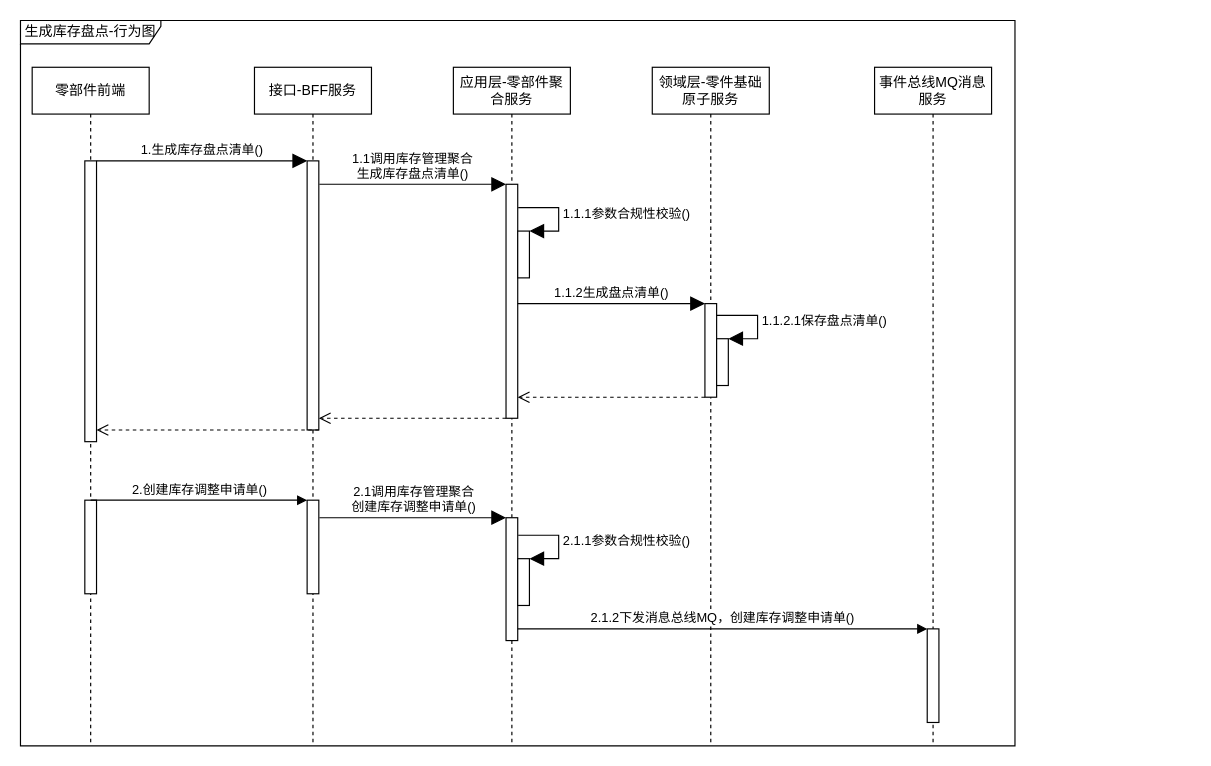
1132489442/gitRepository1 keeps this draw.io diagram as page "创建盘点清单行为图" (2 of 6) of 库存管理-库存盘点.drawio. Above is the earlier version. Source tidied: cells renumbered, new cells numbered last; positions are measured from the earlier drawing's top-left corner, leaving out a move shared by most shapes. Both pictures are drawn from the tidied source at 117%, with x=0, y=0 at pixel (20, 20).
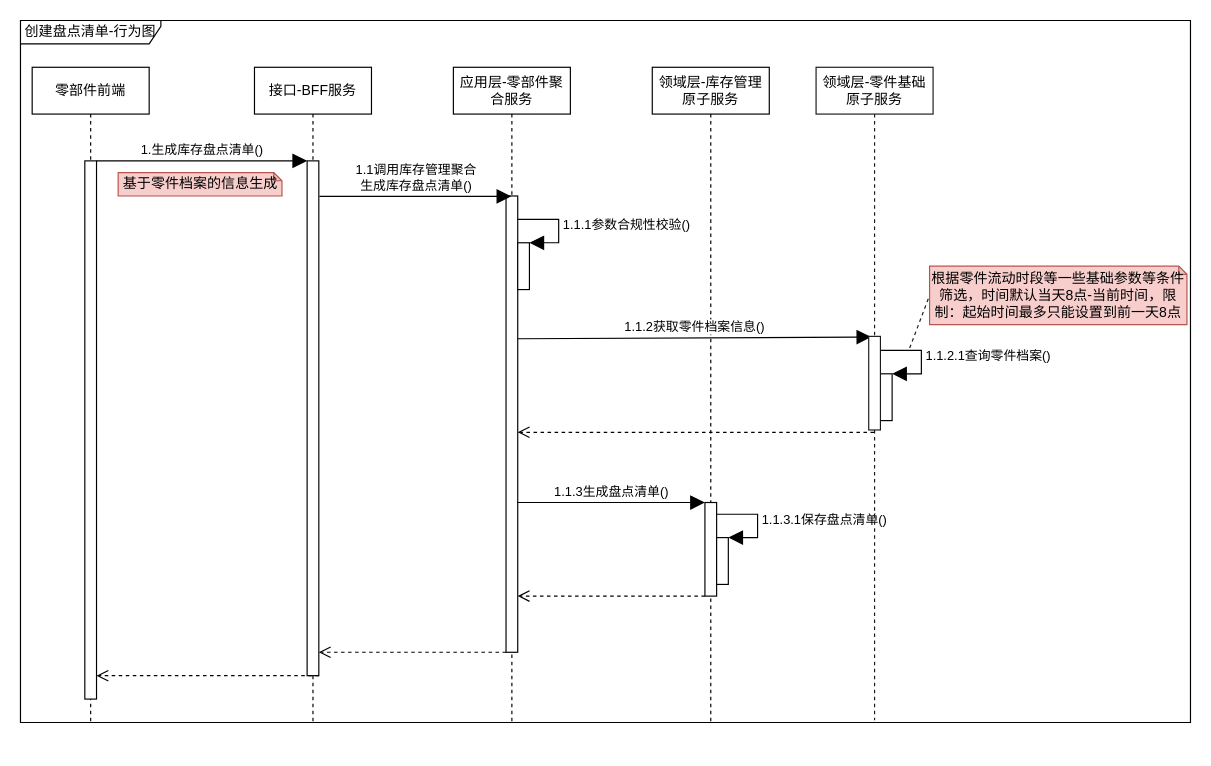
Above is the later version.

The edit, as a diff of the source:
```diff
@@
     <mxCell id="2" value="零部件前端" style="shape=umlLifeline;perimeter=lifelinePerimeter;whiteSpace=wrap;html=1;fillColor=#FFFFFF;" parent="1" vertex="1">
-      <mxGeometry x="10" y="40" width="100" height="580" as="geometry" />
+      <mxGeometry x="10" y="40" width="100" height="560" as="geometry" />
     </mxCell>
     <mxCell id="3" style="html=1;points=[];perimeter=orthogonalPerimeter;fillColor=#FFFFFF;" parent="2" vertex="1">
-      <mxGeometry x="45" y="80" width="10" height="240" as="geometry" />
+      <mxGeometry x="45" y="80" width="10" height="460" as="geometry" />
     </mxCell>
-    <mxCell id="4" style="html=1;perimeter=orthogonalPerimeter;fillColor=#FFFFFF;" parent="2" vertex="1">
-      <mxGeometry x="45" y="370" width="10" height="80" as="geometry" />
-    </mxCell>
     <mxCell id="5" value="接口-BFF服务" style="shape=umlLifeline;perimeter=lifelinePerimeter;whiteSpace=wrap;html=1;fillColor=#FFFFFF;" parent="1" vertex="1">
-      <mxGeometry x="200" y="40" width="100" height="580" as="geometry" />
+      <mxGeometry x="200" y="40" width="100" height="560" as="geometry" />
     </mxCell>
     <mxCell id="6" style="html=1;points=[];perimeter=orthogonalPerimeter;fillColor=#FFFFFF;" parent="5" vertex="1">
-      <mxGeometry x="45" y="80" width="10" height="230" as="geometry" />
+      <mxGeometry x="45" y="80" width="10" height="440" as="geometry" />
     </mxCell>
-    <mxCell id="7" style="html=1;verticalAlign=bottom;endArrow=open;dashed=1;endSize=8;exitX=0;exitY=0.95;rounded=0;" parent="5" edge="1" target="3">
+    <mxCell id="7" style="html=1;verticalAlign=bottom;endArrow=open;dashed=1;endSize=8;exitX=0;exitY=0.95;rounded=0;" parent="5" edge="1">
       <mxGeometry relative="1" as="geometry">
-        <mxPoint x="55" y="310" as="sourcePoint" />
+        <mxPoint x="55" y="520" as="sourcePoint" />
+        <mxPoint x="-135" y="520" as="targetPoint" />
       </mxGeometry>
     </mxCell>
-    <mxCell id="8" style="html=1;points=[];perimeter=orthogonalPerimeter;fillColor=#FFFFFF;" parent="5" vertex="1">
-      <mxGeometry x="45" y="370" width="10" height="80" as="geometry" />
-    </mxCell>
-    <mxCell id="9" value="领域层-零件基础原子服务" style="shape=umlLifeline;perimeter=lifelinePerimeter;whiteSpace=wrap;html=1;fillColor=#FFFFFF;" parent="1" vertex="1">
-      <mxGeometry x="540" y="40" width="100" height="580" as="geometry" />
+    <mxCell id="9" value="领域层-库存管理原子服务" style="shape=umlLifeline;perimeter=lifelinePerimeter;whiteSpace=wrap;html=1;fillColor=#FFFFFF;" parent="1" vertex="1">
+      <mxGeometry x="540" y="40" width="100" height="560" as="geometry" />
     </mxCell>
     <mxCell id="10" style="html=1;points=[];perimeter=orthogonalPerimeter;fillColor=#FFFFFF;" parent="9" vertex="1">
-      <mxGeometry x="45" y="202" width="10" height="80" as="geometry" />
+      <mxGeometry x="45" y="372" width="10" height="80" as="geometry" />
     </mxCell>
     <mxCell id="11" style="html=1;points=[];perimeter=orthogonalPerimeter;fillColor=#FFFFFF;" parent="9" vertex="1">
-      <mxGeometry x="55" y="232" width="10" height="40" as="geometry" />
+      <mxGeometry x="55" y="402" width="10" height="40" as="geometry" />
     </mxCell>
-    <mxCell id="12" value="1.1.2.1保存盘点清单()" style="edgeStyle=orthogonalEdgeStyle;html=1;align=left;spacingLeft=2;endArrow=block;rounded=0;entryX=1;entryY=0;endSize=10;exitX=0.987;exitY=0.125;exitDx=0;exitDy=0;exitPerimeter=0;" parent="9" edge="1" source="10" target="11">
+    <mxCell id="12" value="1.1.3.1保存盘点清单()" style="edgeStyle=orthogonalEdgeStyle;html=1;align=left;spacingLeft=2;endArrow=block;rounded=0;entryX=1;entryY=0;endSize=10;exitX=0.987;exitY=0.125;exitDx=0;exitDy=0;exitPerimeter=0;" parent="9" edge="1" source="10" target="11">
       <mxGeometry relative="1" as="geometry">
         <Array as="points">
-          <mxPoint x="90" y="212" />
-          <mxPoint x="90" y="232" />
+          <mxPoint x="90" y="382" />
+          <mxPoint x="90" y="402" />
         </Array>
       </mxGeometry>
     </mxCell>
     <mxCell id="13" value="应用层-零部件聚合服务" style="shape=umlLifeline;perimeter=lifelinePerimeter;whiteSpace=wrap;html=1;fillColor=#FFFFFF;" parent="1" vertex="1">
-      <mxGeometry x="370" y="40" width="100" height="580" as="geometry" />
+      <mxGeometry x="370" y="40" width="100" height="560" as="geometry" />
     </mxCell>
     <mxCell id="14" style="html=1;points=[];perimeter=orthogonalPerimeter;fillColor=#FFFFFF;" parent="13" vertex="1">
-      <mxGeometry x="45" y="100" width="10" height="200" as="geometry" />
+      <mxGeometry x="45" y="110" width="10" height="390" as="geometry" />
     </mxCell>
-    <mxCell id="15" value="1.1调用库存管理聚合&lt;br&gt;生成库存盘点清单()" style="html=1;verticalAlign=bottom;endArrow=block;rounded=0;endSize=10;exitX=1.046;exitY=0.087;exitDx=0;exitDy=0;exitPerimeter=0;" parent="13" edge="1" source="6">
-      <mxGeometry relative="1" as="geometry">
-        <mxPoint x="45" y="100" as="targetPoint" />
-      </mxGeometry>
-    </mxCell>
     <mxCell id="16" style="html=1;points=[];perimeter=orthogonalPerimeter;fillColor=#FFFFFF;" parent="13" vertex="1">
-      <mxGeometry x="55" y="140" width="10" height="40" as="geometry" />
+      <mxGeometry x="55" y="150" width="10" height="40" as="geometry" />
     </mxCell>
-    <mxCell id="17" value="1.1.1参数合规性校验()" style="edgeStyle=orthogonalEdgeStyle;html=1;align=left;spacingLeft=2;endArrow=block;rounded=0;entryX=1;entryY=0;endSize=10;exitX=1.041;exitY=0.1;exitDx=0;exitDy=0;exitPerimeter=0;" parent="13" edge="1" source="14" target="16">
+    <mxCell id="17" value="1.1.1参数合规性校验()" style="edgeStyle=orthogonalEdgeStyle;html=1;align=left;spacingLeft=2;endArrow=block;rounded=0;entryX=1;entryY=0;endSize=10;" parent="13" edge="1" target="16">
       <mxGeometry relative="1" as="geometry">
+        <mxPoint x="55" y="130" as="sourcePoint" />
         <Array as="points">
-          <mxPoint x="90" y="120" />
-          <mxPoint x="90" y="140" />
+          <mxPoint x="90" y="130" />
+          <mxPoint x="90" y="150" />
         </Array>
       </mxGeometry>
     </mxCell>
-    <mxCell id="18" style="html=1;perimeter=orthogonalPerimeter;fillColor=#FFFFFF;" parent="13" vertex="1">
-      <mxGeometry x="45" y="385" width="10" height="105" as="geometry" />
-    </mxCell>
@@
-    <mxCell id="20" value="1.1.2生成盘点清单()" style="html=1;verticalAlign=bottom;endArrow=block;entryX=0;entryY=0;rounded=0;endSize=10;" parent="1" edge="1" target="10">
+    <mxCell id="20" value="1.1.3生成盘点清单()" style="html=1;verticalAlign=bottom;endArrow=block;entryX=0;entryY=0;rounded=0;endSize=10;" parent="1" edge="1" target="10">
       <mxGeometry relative="1" as="geometry">
-        <mxPoint x="425" y="242" as="sourcePoint" />
+        <mxPoint x="425" y="412" as="sourcePoint" />
       </mxGeometry>
     </mxCell>
     <mxCell id="21" style="html=1;verticalAlign=bottom;endArrow=open;dashed=1;endSize=8;exitX=0;exitY=0.95;rounded=0;" parent="1" edge="1">
       <mxGeometry relative="1" as="geometry">
-        <mxPoint x="585" y="322" as="sourcePoint" />
-        <mxPoint x="425" y="322" as="targetPoint" />
+        <mxPoint x="585" y="492" as="sourcePoint" />
+        <mxPoint x="425" y="492" as="targetPoint" />
       </mxGeometry>
     </mxCell>
     <mxCell id="22" style="html=1;verticalAlign=bottom;endArrow=open;dashed=1;endSize=8;exitX=0;exitY=0.95;rounded=0;" parent="1" edge="1">
       <mxGeometry relative="1" as="geometry">
-        <mxPoint x="415" y="340" as="sourcePoint" />
-        <mxPoint x="255" y="340" as="targetPoint" />
+        <mxPoint x="415" y="540" as="sourcePoint" />
+        <mxPoint x="255" y="540" as="targetPoint" />
       </mxGeometry>
     </mxCell>
-    <mxCell id="23" value="2.创建库存调整申请单()" style="html=1;verticalAlign=bottom;endArrow=block;entryX=0;entryY=0;rounded=0;" parent="1" edge="1" target="8">
-      <mxGeometry relative="1" as="geometry">
-        <mxPoint x="60" y="410" as="sourcePoint" />
-      </mxGeometry>
-    </mxCell>
-    <mxCell id="24" value="2.1调用库存管理聚合&lt;br&gt;创建库存调整申请单()" style="html=1;verticalAlign=bottom;endArrow=block;rounded=0;endSize=10;exitX=1.046;exitY=0.087;exitDx=0;exitDy=0;exitPerimeter=0;" parent="1" edge="1">
-      <mxGeometry relative="1" as="geometry">
-        <mxPoint x="255.5" y="425" as="sourcePoint" />
-        <mxPoint x="415" y="425" as="targetPoint" />
-      </mxGeometry>
-    </mxCell>
-    <mxCell id="25" style="html=1;points=[];perimeter=orthogonalPerimeter;fillColor=#FFFFFF;" parent="1" vertex="1">
-      <mxGeometry x="425" y="460" width="10" height="40" as="geometry" />
-    </mxCell>
-    <mxCell id="26" value="2.1.1参数合规性校验()" style="edgeStyle=orthogonalEdgeStyle;html=1;align=left;spacingLeft=2;endArrow=block;rounded=0;entryX=1;entryY=0;endSize=10;exitX=1.041;exitY=0.1;exitDx=0;exitDy=0;exitPerimeter=0;" parent="1" edge="1" target="25">
-      <mxGeometry relative="1" as="geometry">
-        <mxPoint x="425.4" y="440" as="sourcePoint" />
-        <Array as="points">
-          <mxPoint x="460" y="440" />
-          <mxPoint x="460" y="460" />
-        </Array>
-      </mxGeometry>
-    </mxCell>
-    <mxCell id="27" value="事件总线MQ消息服务" style="shape=umlLifeline;perimeter=lifelinePerimeter;whiteSpace=wrap;html=1;fillColor=#FFFFFF;" parent="1" vertex="1">
-      <mxGeometry x="730" y="40" width="100" height="580" as="geometry" />
-    </mxCell>
-    <mxCell id="28" style="html=1;points=[];perimeter=orthogonalPerimeter;fillColor=#FFFFFF;" parent="1" vertex="1">
-      <mxGeometry x="775" y="520" width="10" height="80" as="geometry" />
-    </mxCell>
-    <mxCell id="29" value="2.1.2下发消息总线MQ，创建库存调整申请单()" style="html=1;verticalAlign=bottom;endArrow=block;entryX=0;entryY=0;rounded=0;" parent="1" edge="1" target="28">
-      <mxGeometry relative="1" as="geometry">
-        <mxPoint x="425" y="520" as="sourcePoint" />
-      </mxGeometry>
-    </mxCell>
-    <mxCell id="30" value="生成库存盘点-行为图" style="shape=umlFrame;whiteSpace=wrap;html=1;fillColor=#FFFFFF;width=120;height=20;" parent="1" vertex="1">
-      <mxGeometry width="850" height="620" as="geometry" />
+    <mxCell id="30" value="创建盘点清单-行为图" style="shape=umlFrame;whiteSpace=wrap;html=1;fillColor=#FFFFFF;width=120;height=20;" parent="1" vertex="1">
+      <mxGeometry width="1000" height="600" as="geometry" />
     </mxCell>
+    <mxCell id="31" value="基于零件档案的信息生成" style="shape=note;whiteSpace=wrap;html=1;backgroundOutline=1;darkOpacity=0.05;strokeColor=#b85450;fillColor=#f8cecc;size=7;" parent="1" vertex="1">
+      <mxGeometry x="83.5" y="130" width="140" height="20" as="geometry" />
+    </mxCell>
+    <mxCell id="15" value="1.1调用库存管理聚合&lt;br&gt;生成库存盘点清单()" style="html=1;verticalAlign=bottom;endArrow=block;rounded=0;endSize=10;exitX=1.046;exitY=0.087;exitDx=0;exitDy=0;exitPerimeter=0;" parent="1" edge="1">
+      <mxGeometry relative="1" as="geometry">
+        <mxPoint x="255.5" y="150.3" as="sourcePoint" />
+        <mxPoint x="419.5" y="150.3" as="targetPoint" />
+      </mxGeometry>
+    </mxCell>
+    <mxCell id="32" style="html=1;points=[];perimeter=orthogonalPerimeter;fillColor=#FFFFFF;" parent="1" vertex="1">
+      <mxGeometry x="735" y="302" width="10" height="40" as="geometry" />
+    </mxCell>
+    <mxCell id="33" value="1.1.2.1查询零件档案()" style="edgeStyle=orthogonalEdgeStyle;html=1;align=left;spacingLeft=2;endArrow=block;rounded=0;entryX=1;entryY=0;endSize=10;exitX=0.987;exitY=0.125;exitDx=0;exitDy=0;exitPerimeter=0;" parent="1" edge="1" target="32">
+      <mxGeometry relative="1" as="geometry">
+        <mxPoint x="734.9" y="282" as="sourcePoint" />
+        <Array as="points">
+          <mxPoint x="770" y="282" />
+          <mxPoint x="770" y="302" />
+        </Array>
+      </mxGeometry>
+    </mxCell>
+    <mxCell id="34" value="1.1.2获取零件档案信息()" style="html=1;verticalAlign=bottom;endArrow=block;entryX=0.214;entryY=0.007;rounded=0;endSize=10;entryDx=0;entryDy=0;entryPerimeter=0;" parent="1" edge="1" target="39">
+      <mxGeometry relative="1" as="geometry">
+        <mxPoint x="425" y="272" as="sourcePoint" />
+      </mxGeometry>
+    </mxCell>
+    <mxCell id="35" style="html=1;verticalAlign=bottom;endArrow=open;dashed=1;endSize=8;rounded=0;" parent="1" edge="1" source="38">
+      <mxGeometry relative="1" as="geometry">
+        <mxPoint x="425" y="352" as="targetPoint" />
+      </mxGeometry>
+    </mxCell>
+    <mxCell id="36" value="根据零件流动时段等一些基础参数等条件筛选，时间默认当天8点-当前时间，限制：起始时间最多只能设置到前一天8点" style="shape=note;whiteSpace=wrap;html=1;backgroundOutline=1;darkOpacity=0.05;strokeColor=#b85450;fillColor=#f8cecc;size=7;" parent="1" vertex="1">
+      <mxGeometry x="777" y="210" width="220" height="50" as="geometry" />
+    </mxCell>
+    <mxCell id="37" style="endArrow=none;dashed=1;html=1;rounded=0;endSize=6;targetPerimeterSpacing=-1;strokeColor=#1A1A1A;entryX=0;entryY=0.5;entryDx=0;entryDy=0;entryPerimeter=0;" parent="1" edge="1" target="36">
+      <mxGeometry relative="1" as="geometry">
+        <mxPoint x="760" y="280" as="sourcePoint" />
+      </mxGeometry>
+    </mxCell>
+    <mxCell id="38" value="领域层-零件基础原子服务" style="shape=umlLifeline;perimeter=lifelinePerimeter;whiteSpace=wrap;html=1;outlineConnect=0;strokeColor=#1A1A1A;fillColor=#FFFFFF;" parent="1" vertex="1">
+      <mxGeometry x="680" y="40" width="100" height="558" as="geometry" />
+    </mxCell>
+    <mxCell id="39" style="html=1;points=[];perimeter=orthogonalPerimeter;strokeColor=#1A1A1A;fillColor=#FFFFFF;" parent="38" vertex="1">
+      <mxGeometry x="45" y="230" width="10" height="80" as="geometry" />
+    </mxCell>
```
